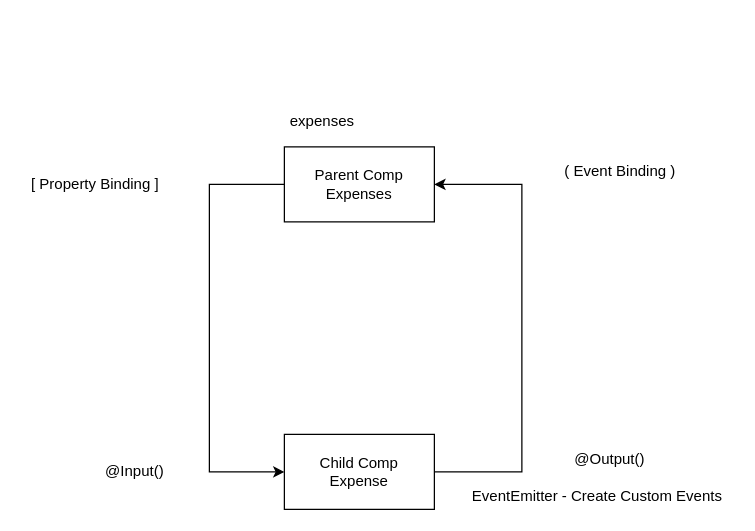
synergy2411/genpact-mar-22 keeps this draw.io diagram as page "Page-3" (3 of 3) of refs/diagrams.drawio. Above is the earlier version. Source tidied: cells renumbered, new cells numbered last; positions are measured from the earlier drawing's top-left corner, leaving out a move shared by most shapes. Both pictures are drawn from the tidied source at 125%, with x=0, y=0 at pixel (21, 109).
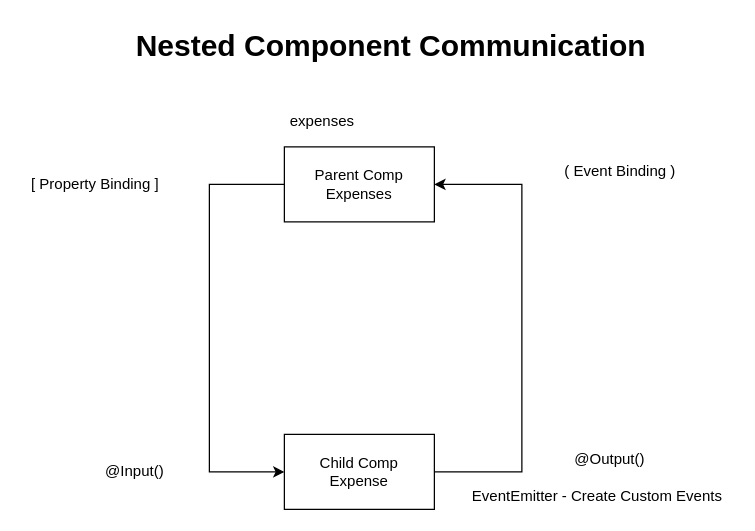
The same page after the edit.

Diff of the diagram source:
```diff
@@
 <mxGraphModel>
   <root>
     <mxCell id="0" />
     <mxCell id="1" parent="0" />
     <mxCell id="2" style="edgeStyle=orthogonalEdgeStyle;rounded=0;jettySize=auto;html=1;exitX=0;exitY=0.5;exitDx=0;exitDy=0;entryX=0;entryY=0.5;entryDx=0;entryDy=0;" parent="1" edge="1" source="3" target="5">
       <mxGeometry relative="1" as="geometry">
         <Array as="points">
           <mxPoint x="150" y="60" />
           <mxPoint x="150" y="290" />
         </Array>
       </mxGeometry>
     </mxCell>
     <mxCell id="3" value="Parent Comp&lt;br&gt;Expenses" style="rounded=0;whiteSpace=wrap;html=1;" parent="1" vertex="1">
       <mxGeometry x="210" y="30" width="120" height="60" as="geometry" />
     </mxCell>
     <mxCell id="4" style="edgeStyle=orthogonalEdgeStyle;rounded=0;jettySize=auto;html=1;exitX=1;exitY=0.5;exitDx=0;exitDy=0;entryX=1;entryY=0.5;entryDx=0;entryDy=0;" parent="1" edge="1" source="5" target="3">
       <mxGeometry relative="1" as="geometry">
         <Array as="points">
           <mxPoint x="400" y="290" />
           <mxPoint x="400" y="60" />
         </Array>
       </mxGeometry>
     </mxCell>
     <mxCell id="5" value="Child Comp&lt;br&gt;Expense" style="rounded=0;whiteSpace=wrap;html=1;" parent="1" vertex="1">
       <mxGeometry x="210" y="260" width="120" height="60" as="geometry" />
     </mxCell>
     <mxCell id="6" value="expenses" style="text;html=1;align=center;verticalAlign=middle;strokeColor=none;fillColor=none;" parent="1" vertex="1">
       <mxGeometry x="205" width="70" height="20" as="geometry" />
     </mxCell>
     <mxCell id="7" value="[ Property Binding ]&amp;nbsp;" style="text;html=1;align=center;verticalAlign=middle;strokeColor=none;fillColor=none;" parent="1" vertex="1">
       <mxGeometry y="50" width="120" height="20" as="geometry" />
     </mxCell>
     <mxCell id="8" value="@Input()" style="text;html=1;align=center;verticalAlign=middle;strokeColor=none;fillColor=none;" parent="1" vertex="1">
       <mxGeometry x="60" y="280" width="60" height="20" as="geometry" />
     </mxCell>
     <mxCell id="9" value="( Event Binding )&amp;nbsp;" style="text;html=1;align=center;verticalAlign=middle;strokeColor=none;fillColor=none;" parent="1" vertex="1">
       <mxGeometry x="425" y="40" width="110" height="20" as="geometry" />
     </mxCell>
     <mxCell id="10" value="@Output()" style="text;html=1;align=center;verticalAlign=middle;strokeColor=none;fillColor=none;" parent="1" vertex="1">
       <mxGeometry x="435" y="270" width="70" height="20" as="geometry" />
     </mxCell>
     <mxCell id="11" value="EventEmitter - Create Custom Events" style="text;html=1;align=center;verticalAlign=middle;strokeColor=none;fillColor=none;" parent="1" vertex="1">
       <mxGeometry x="350" y="300" width="220" height="20" as="geometry" />
     </mxCell>
+    <mxCell id="12" value="Nested Component Communication" style="text;strokeColor=none;fillColor=none;html=1;fontSize=24;fontStyle=1;verticalAlign=middle;align=center;" parent="1" vertex="1">
+      <mxGeometry x="245" y="-70" width="100" height="40" as="geometry" />
+    </mxCell>
   </root>
 </mxGraphModel>
```
